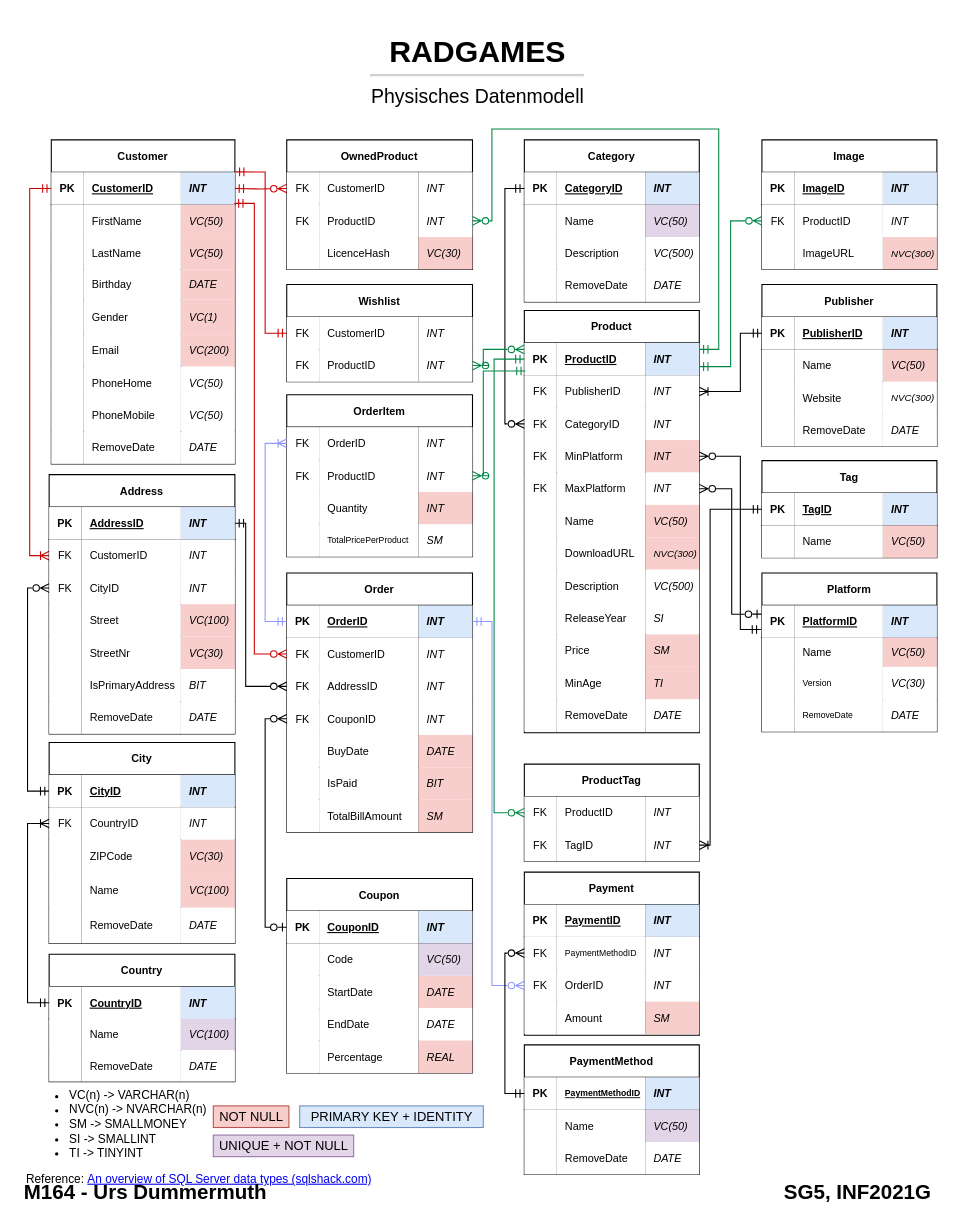
Before: page "Physisch" (3 of 3) of Konzepte/Datenmodell.drawio in TD99/gibb-m164, a draw.io diagram. Source tidied: cells renumbered, new cells numbered last; positions are measured from the earlier drawing's top-left corner, leaving out a move shared by most shapes. Both pictures are drawn from the tidied source at 108%, with x=0, y=0 at pixel (18, 29).
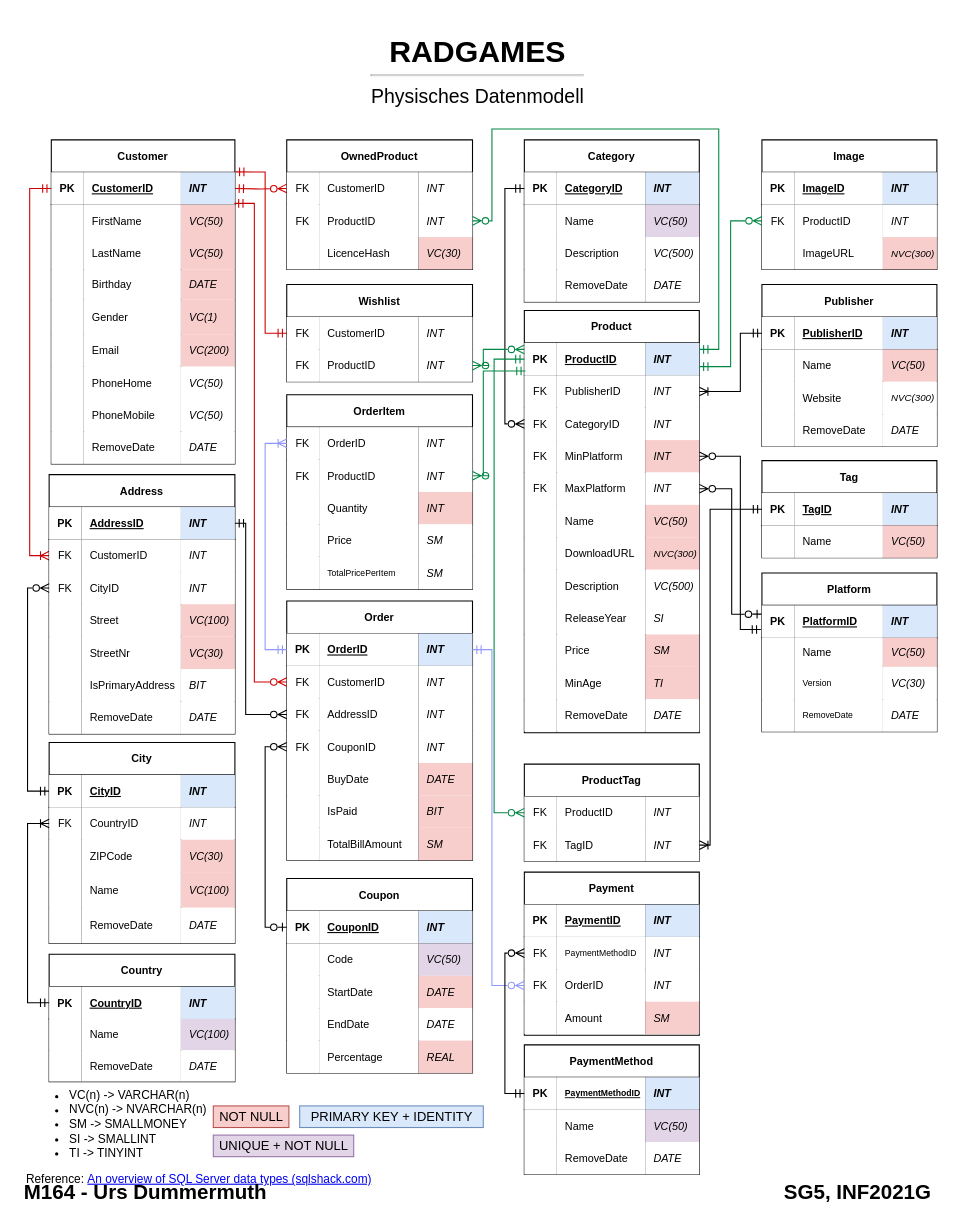
After the change.

The change refers to these unchanged cells:
```xml
<mxCell id="6" style="shape=tableRow;horizontal=0;startSize=0;swimlaneHead=0;swimlaneBody=0;fillColor=none;points=[[0,0.5],[1,0.5]];portConstraint=eastwest;top=0;left=0;right=0;bottom=1;" parent="5" vertex="1">
  <mxGeometry y="30" width="170" height="30" as="geometry" />
</mxCell>
<mxCell id="44" style="shape=tableRow;horizontal=0;startSize=0;swimlaneHead=0;swimlaneBody=0;fillColor=none;points=[[0,0.5],[1,0.5]];portConstraint=eastwest;top=0;left=0;right=0;bottom=1;fontSize=10;" parent="43" vertex="1">
  <mxGeometry y="30" width="172" height="30" as="geometry" />
</mxCell>
<mxCell id="128" style="shape=tableRow;horizontal=0;startSize=0;swimlaneHead=0;swimlaneBody=0;fillColor=none;points=[[0,0.5],[1,0.5]];portConstraint=eastwest;top=0;left=0;right=0;bottom=1;fontSize=10;" parent="127" vertex="1">
  <mxGeometry y="30" width="172" height="30" as="geometry" />
</mxCell>
<mxCell id="132" style="shape=tableRow;horizontal=0;startSize=0;swimlaneHead=0;swimlaneBody=0;fillColor=none;points=[[0,0.5],[1,0.5]];portConstraint=eastwest;top=0;left=0;right=0;bottom=0;fontSize=10;" parent="127" vertex="1">
  <mxGeometry y="60" width="172" height="30" as="geometry" />
</mxCell>
<mxCell id="136" style="shape=tableRow;horizontal=0;startSize=0;swimlaneHead=0;swimlaneBody=0;fillColor=none;points=[[0,0.5],[1,0.5]];portConstraint=eastwest;top=0;left=0;right=0;bottom=0;fontSize=10;" parent="127" vertex="1">
  <mxGeometry y="90" width="172" height="30" as="geometry" />
</mxCell>
<mxCell id="289" style="shape=tableRow;horizontal=0;startSize=0;swimlaneHead=0;swimlaneBody=0;fillColor=none;points=[[0,0.5],[1,0.5]];portConstraint=eastwest;top=0;left=0;right=0;bottom=0;fontSize=10;" parent="280" vertex="1">
  <mxGeometry y="90" width="162" height="30" as="geometry" />
</mxCell>
```

Change to the diagram source:
```diff
@@
     <mxCell id="110" value="OrderItem" style="shape=table;startSize=30;childLayout=tableLayout;rowLines=0;fontStyle=1;align=center;fontSize=10;fillColor=default;" parent="1" vertex="1">
-      <mxGeometry x="248" y="338" width="172" height="150" as="geometry" />
+      <mxGeometry x="248" y="338" width="172" height="180" as="geometry" />
     </mxCell>
@@
+    <mxCell id="380" style="shape=tableRow;horizontal=0;startSize=0;swimlaneHead=0;swimlaneBody=0;fillColor=none;top=0;left=0;right=0;bottom=0;fontSize=10;" parent="110" vertex="1">
+      <mxGeometry y="120" width="172" height="30" as="geometry" />
+    </mxCell>
+    <mxCell id="381" style="shape=partialRectangle;fillColor=default;top=0;left=0;bottom=0;right=0;overflow=hidden;fontSize=10;" parent="380" vertex="1">
+      <mxGeometry width="30" height="30" as="geometry" />
+    </mxCell>
+    <mxCell id="382" value="Price" style="shape=partialRectangle;fillColor=default;top=0;left=0;bottom=0;right=0;align=left;spacingLeft=6;overflow=hidden;fontSize=10;" parent="380" vertex="1">
+      <mxGeometry x="30" width="92" height="30" as="geometry" />
+    </mxCell>
+    <mxCell id="383" value="SM" style="shape=partialRectangle;top=0;left=0;bottom=0;right=0;align=left;spacingLeft=6;overflow=hidden;fontSize=10;fontStyle=2;" parent="380" vertex="1">
+      <mxGeometry x="122" width="50" height="30" as="geometry" />
+    </mxCell>
     <mxCell id="123" style="shape=tableRow;horizontal=0;startSize=0;swimlaneHead=0;swimlaneBody=0;fillColor=none;top=0;left=0;right=0;bottom=0;fontSize=10;" parent="110" vertex="1">
-      <mxGeometry y="120" width="172" height="30" as="geometry" />
+      <mxGeometry y="150" width="172" height="30" as="geometry" />
     </mxCell>
@@
-    <mxCell id="125" value="TotalPricePerProduct" style="shape=partialRectangle;fillColor=default;top=0;left=0;bottom=0;right=0;align=left;spacingLeft=6;overflow=hidden;fontSize=8;" parent="123" vertex="1">
+    <mxCell id="125" value="TotalPricePerItem" style="shape=partialRectangle;fillColor=default;top=0;left=0;bottom=0;right=0;align=left;spacingLeft=6;overflow=hidden;fontSize=8;" parent="123" vertex="1">
       <mxGeometry x="30" width="92" height="30" as="geometry" />
     </mxCell>
@@
     <mxCell id="127" value="Order" style="shape=table;startSize=30;childLayout=tableLayout;rowLines=0;fontStyle=1;align=center;fontSize=10;" parent="1" vertex="1">
-      <mxGeometry x="248" y="503" width="172" height="240" as="geometry" />
+      <mxGeometry x="248" y="529" width="172" height="240" as="geometry" />
     </mxCell>
@@
     <mxCell id="157" style="edgeStyle=orthogonalEdgeStyle;rounded=0;jettySize=auto;html=1;startArrow=ERzeroToMany;startFill=0;endArrow=ERmandOne;endFill=0;fontColor=default;labelBackgroundColor=default;strokeColor=#CC0000;entryX=0.997;entryY=0.961;entryDx=0;entryDy=0;entryPerimeter=0;exitX=0;exitY=0.5;exitDx=0;exitDy=0;" parent="1" edge="1" source="132" target="6">
       <mxGeometry relative="1" as="geometry">
         <Array as="points">
-          <mxPoint x="218" y="578" />
+          <mxPoint x="218" y="604" />
           <mxPoint x="218" y="161" />
         </Array>
       </mxGeometry>
     </mxCell>
     <mxCell id="158" style="edgeStyle=orthogonalEdgeStyle;rounded=0;jettySize=auto;html=1;exitX=0;exitY=0.5;exitDx=0;exitDy=0;entryX=1;entryY=0.5;entryDx=0;entryDy=0;startArrow=ERzeroToMany;startFill=0;endArrow=ERmandOne;endFill=0;" parent="1" edge="1" source="136" target="44">
       <mxGeometry relative="1" as="geometry">
         <Array as="points">
-          <mxPoint x="210" y="608" />
+          <mxPoint x="210" y="634" />
           <mxPoint x="210" y="457" />
         </Array>
       </mxGeometry>
     </mxCell>
@@
     <mxCell id="313" style="edgeStyle=orthogonalEdgeStyle;rounded=0;jettySize=auto;html=1;entryX=1;entryY=0.5;entryDx=0;entryDy=0;startArrow=ERzeroToMany;startFill=0;endArrow=ERmandOne;endFill=0;exitX=0;exitY=0.5;exitDx=0;exitDy=0;strokeColor=#9199FF;" parent="1" edge="1" source="289" target="128">
       <mxGeometry relative="1" as="geometry">
         <Array as="points">
           <mxPoint x="438" y="885" />
-          <mxPoint x="438" y="548" />
+          <mxPoint x="438" y="574" />
         </Array>
       </mxGeometry>
     </mxCell>
```
